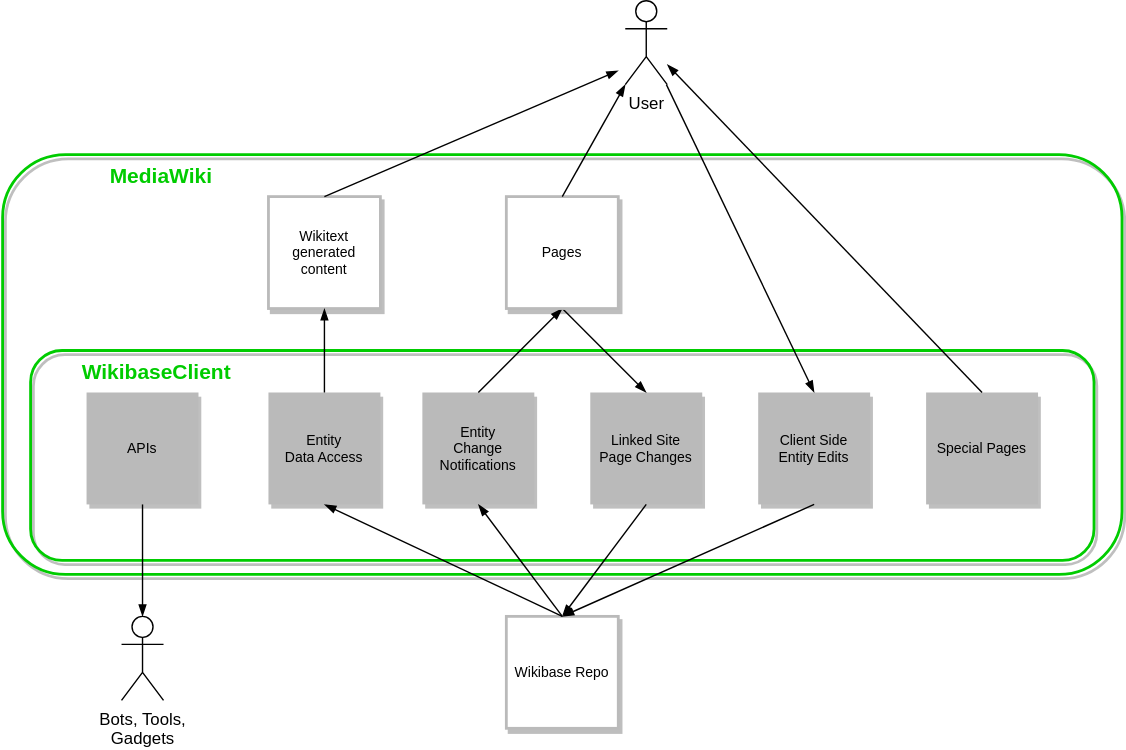
Before: systems/WikibaseClient/diagrams/05-building-blocks.drawio.svg, a diagram exported from draw.io (wmde/wikidata-wikibase-architecture). Source tidied: cells renumbered, new cells last; positions are measured from the earlier drawing's top-left corner, leaving out a move shared by most shapes.
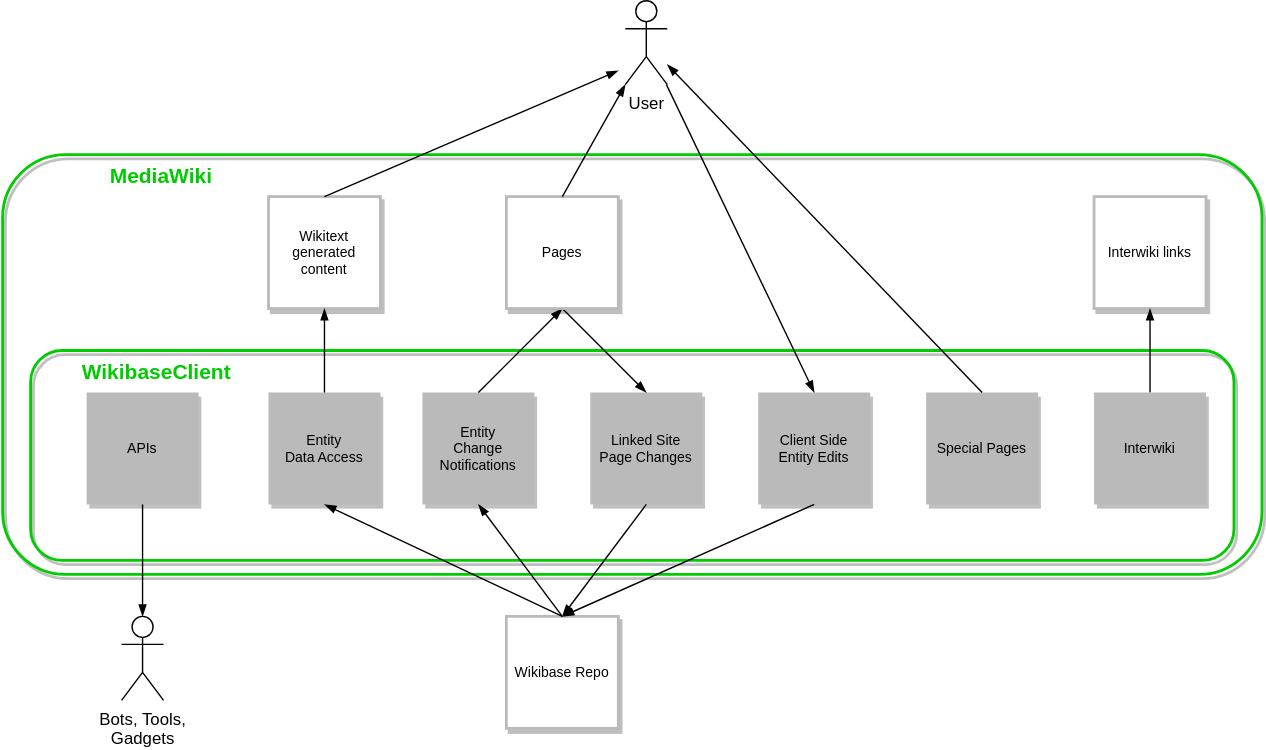
Above is the later version.

Commit message:
Add maintenance script to new Interwiki building block (#63)

The edit, as a diff of the source:
```diff
@@ -3,10 +3,10 @@
     <mxCell id="0" />
     <mxCell id="1" parent="0" />
     <mxCell id="2" value="MediaWiki" style="rounded=1;shadow=1;fontSize=15;fillColor=none;strokeColor=#00CC00;strokeWidth=2;fontColor=#00CC00;fontStyle=1;labelBorderColor=none;labelBackgroundColor=none;horizontal=1;verticalAlign=top;spacingRight=0;spacingLeft=75;align=left;" parent="1" vertex="1">
-      <mxGeometry y="110" width="800" height="300" as="geometry" />
+      <mxGeometry y="110" width="900" height="300" as="geometry" />
     </mxCell>
     <mxCell id="3" value="WikibaseClient" style="rounded=1;shadow=1;fontSize=15;fillColor=none;strokeColor=#00CC00;strokeWidth=2;fontColor=#00CC00;fontStyle=1;labelBorderColor=none;labelBackgroundColor=none;horizontal=1;verticalAlign=top;spacingRight=0;spacingLeft=35;align=left;" parent="1" vertex="1">
-      <mxGeometry x="20" y="250" width="760" height="150" as="geometry" />
+      <mxGeometry x="20" y="250" width="860" height="150" as="geometry" />
     </mxCell>
     <mxCell id="4" value="Client Side&#10;Entity Edits" style="rounded=0;shadow=1;fontSize=10;fontColor=#000000;strokeColor=none;direction=east;fillColor=#BABABA;" parent="1" vertex="1">
       <mxGeometry x="540" y="280" width="80" height="80" as="geometry" />
@@ -79,5 +79,14 @@
     <mxCell id="26" style="endArrow=none;html=1;strokeColor=#000000;fontSize=10;fontColor=#000000;strokeWidth=1;endFill=0;entryX=0;entryY=0.5;entryDx=0;entryDy=0;startArrow=blockThin;startFill=1;exitX=0;exitY=1;exitDx=0;exitDy=0;exitPerimeter=0;" parent="1" edge="1" source="19" target="25">
       <mxGeometry x="100" y="120" as="geometry" />
     </mxCell>
+    <mxCell id="27" value="Interwiki links" style="rounded=0;shadow=1;fontSize=10;fontColor=#000000;direction=south;fillColor=#FFFFFF;strokeWidth=2;strokeColor=#BABABA;" parent="1" vertex="1">
+      <mxGeometry x="780" y="140" width="80" height="80" as="geometry" />
+    </mxCell>
+    <mxCell id="28" style="endArrow=blockThin;html=1;strokeColor=#000000;fontSize=10;fontColor=#000000;strokeWidth=1;endFill=1;entryX=1;entryY=0.5;entryDx=0;entryDy=0;exitX=0.5;exitY=1;exitDx=0;exitDy=0;startArrow=none;startFill=0;" parent="1" edge="1" source="29" target="27">
+      <mxGeometry x="470" y="130" as="geometry" />
+    </mxCell>
+    <mxCell id="29" value="Interwiki" style="rounded=0;shadow=1;fontSize=10;fontColor=#000000;strokeColor=none;direction=west;fillColor=#BABABA;" parent="1" vertex="1">
+      <mxGeometry x="780" y="280" width="80" height="80" as="geometry" />
+    </mxCell>
   </root>
 </mxGraphModel>
```
